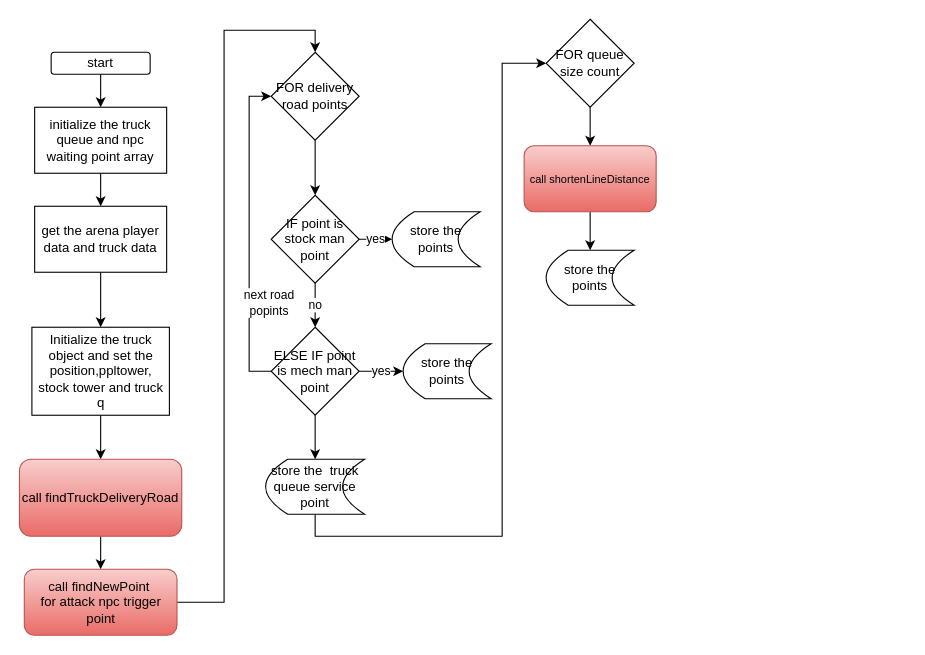
Above: Agents/getTruckAssociateInfo.drawio in sivagit/diagrams (draw.io), before the change. Source tidied: cells renumbered, new cells numbered last; positions are measured from the earlier drawing's top-left corner, leaving out a move shared by most shapes. Both pictures are drawn from the tidied source at 110%, with x=0, y=0 at pixel (19, 19).
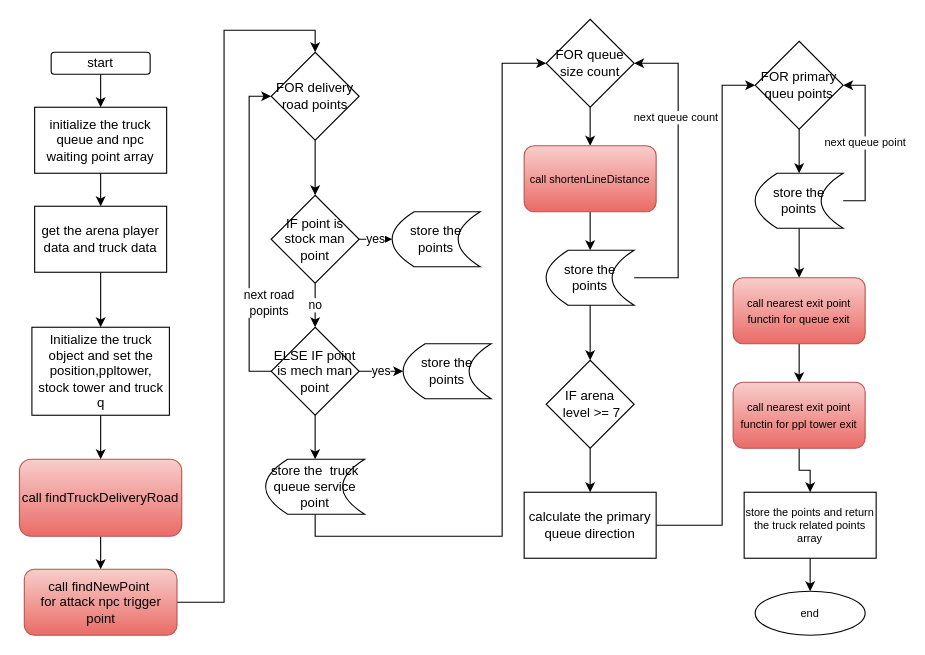
After the change.

Unchanged cells that the change refers to:
```xml
<mxCell id="29" value="FOR queue size count" style="rhombus;whiteSpace=wrap;html=1;" parent="1" vertex="1">
  <mxGeometry x="479" width="80" height="80" as="geometry" />
</mxCell>
<mxCell id="32" value="store the points" style="shape=dataStorage;whiteSpace=wrap;html=1;fixedSize=1;" parent="1" vertex="1">
  <mxGeometry x="479" y="210" width="80" height="50" as="geometry" />
</mxCell>
```

Change to the diagram source:
```diff
@@
+    <mxCell id="33" style="edgeStyle=orthogonalEdgeStyle;rounded=0;jettySize=auto;html=1;entryX=1;entryY=0.5;entryDx=0;entryDy=0;fontSize=10;" parent="1" edge="1" source="32" target="29">
+      <mxGeometry relative="1" as="geometry">
+        <Array as="points">
+          <mxPoint x="599" y="235" />
+          <mxPoint x="599" y="40" />
+        </Array>
+      </mxGeometry>
+    </mxCell>
+    <mxCell id="34" value="next queue count" style="edgeLabel;html=1;align=center;verticalAlign=middle;fontSize=10;" parent="33" vertex="1">
+      <mxGeometry x="0.36" y="3" relative="1" as="geometry" />
+    </mxCell>
+    <mxCell id="35" style="edgeStyle=orthogonalEdgeStyle;rounded=0;jettySize=auto;html=1;fontSize=10;" parent="1" edge="1" source="32" target="37">
+      <mxGeometry relative="1" as="geometry" />
+    </mxCell>
@@
+    <mxCell id="36" style="edgeStyle=orthogonalEdgeStyle;rounded=0;jettySize=auto;html=1;fontSize=10;" parent="1" edge="1" source="37" target="39">
+      <mxGeometry relative="1" as="geometry" />
+    </mxCell>
+    <mxCell id="37" value="IF arena&lt;br&gt;&amp;nbsp;level &amp;gt;= 7" style="rhombus;whiteSpace=wrap;html=1;" parent="1" vertex="1">
+      <mxGeometry x="479" y="310" width="80" height="80" as="geometry" />
+    </mxCell>
+    <mxCell id="38" style="edgeStyle=orthogonalEdgeStyle;rounded=0;jettySize=auto;html=1;fontSize=10;" parent="1" edge="1" source="39" target="41">
+      <mxGeometry relative="1" as="geometry">
+        <Array as="points">
+          <mxPoint x="639" y="460" />
+          <mxPoint x="639" y="60" />
+        </Array>
+      </mxGeometry>
+    </mxCell>
+    <mxCell id="39" value="calculate the primary queue direction" style="whiteSpace=wrap;html=1;" parent="1" vertex="1">
+      <mxGeometry x="459" y="430" width="120" height="60" as="geometry" />
+    </mxCell>
+    <mxCell id="40" style="edgeStyle=orthogonalEdgeStyle;rounded=0;jettySize=auto;html=1;fontSize=10;" parent="1" edge="1" source="41" target="44">
+      <mxGeometry relative="1" as="geometry" />
+    </mxCell>
+    <mxCell id="41" value="FOR primary queu points" style="rhombus;whiteSpace=wrap;html=1;" parent="1" vertex="1">
+      <mxGeometry x="669" y="20" width="80" height="80" as="geometry" />
+    </mxCell>
+    <mxCell id="42" value="next queue point" style="edgeStyle=orthogonalEdgeStyle;rounded=0;jettySize=auto;html=1;entryX=1;entryY=0.5;entryDx=0;entryDy=0;fontSize=10;" parent="1" edge="1" source="44" target="41">
+      <mxGeometry relative="1" as="geometry">
+        <Array as="points">
+          <mxPoint x="769" y="165" />
+          <mxPoint x="769" y="60" />
+        </Array>
+      </mxGeometry>
+    </mxCell>
+    <mxCell id="43" style="edgeStyle=orthogonalEdgeStyle;rounded=0;jettySize=auto;html=1;fontSize=10;" parent="1" edge="1" source="44" target="46">
+      <mxGeometry relative="1" as="geometry" />
+    </mxCell>
+    <mxCell id="44" value="store the points" style="shape=dataStorage;whiteSpace=wrap;html=1;fixedSize=1;" parent="1" vertex="1">
+      <mxGeometry x="669" y="140" width="80" height="50" as="geometry" />
+    </mxCell>
+    <mxCell id="45" style="edgeStyle=orthogonalEdgeStyle;rounded=0;jettySize=auto;html=1;fontSize=10;" parent="1" edge="1" source="46" target="48">
+      <mxGeometry relative="1" as="geometry" />
+    </mxCell>
+    <mxCell id="46" value="&lt;font style=&quot;font-size: 10px&quot;&gt;call nearest exit point functin for queue exit&lt;/font&gt;" style="rounded=1;whiteSpace=wrap;html=1;fillColor=#f8cecc;gradientColor=#ea6b66;strokeColor=#b85450;" parent="1" vertex="1">
+      <mxGeometry x="649" y="235" width="120" height="60" as="geometry" />
+    </mxCell>
+    <mxCell id="47" style="edgeStyle=orthogonalEdgeStyle;rounded=0;jettySize=auto;html=1;fontSize=10;" parent="1" edge="1" source="48" target="50">
+      <mxGeometry relative="1" as="geometry" />
+    </mxCell>
+    <mxCell id="48" value="&lt;font style=&quot;font-size: 10px&quot;&gt;call nearest exit point functin for ppl tower exit&lt;/font&gt;" style="rounded=1;whiteSpace=wrap;html=1;fillColor=#f8cecc;gradientColor=#ea6b66;strokeColor=#b85450;" parent="1" vertex="1">
+      <mxGeometry x="649" y="330" width="120" height="60" as="geometry" />
+    </mxCell>
+    <mxCell id="49" style="edgeStyle=orthogonalEdgeStyle;rounded=0;jettySize=auto;html=1;fontSize=10;" parent="1" edge="1" source="50" target="51">
+      <mxGeometry relative="1" as="geometry" />
+    </mxCell>
+    <mxCell id="50" value="store the points and return the truck related points array" style="rounded=0;whiteSpace=wrap;html=1;fontSize=10;" parent="1" vertex="1">
+      <mxGeometry x="659" y="430" width="120" height="60" as="geometry" />
+    </mxCell>
+    <mxCell id="51" value="end" style="ellipse;whiteSpace=wrap;html=1;fontSize=10;rounded=0;" parent="1" vertex="1">
+      <mxGeometry x="669" y="520" width="100" height="40" as="geometry" />
+    </mxCell>
```
